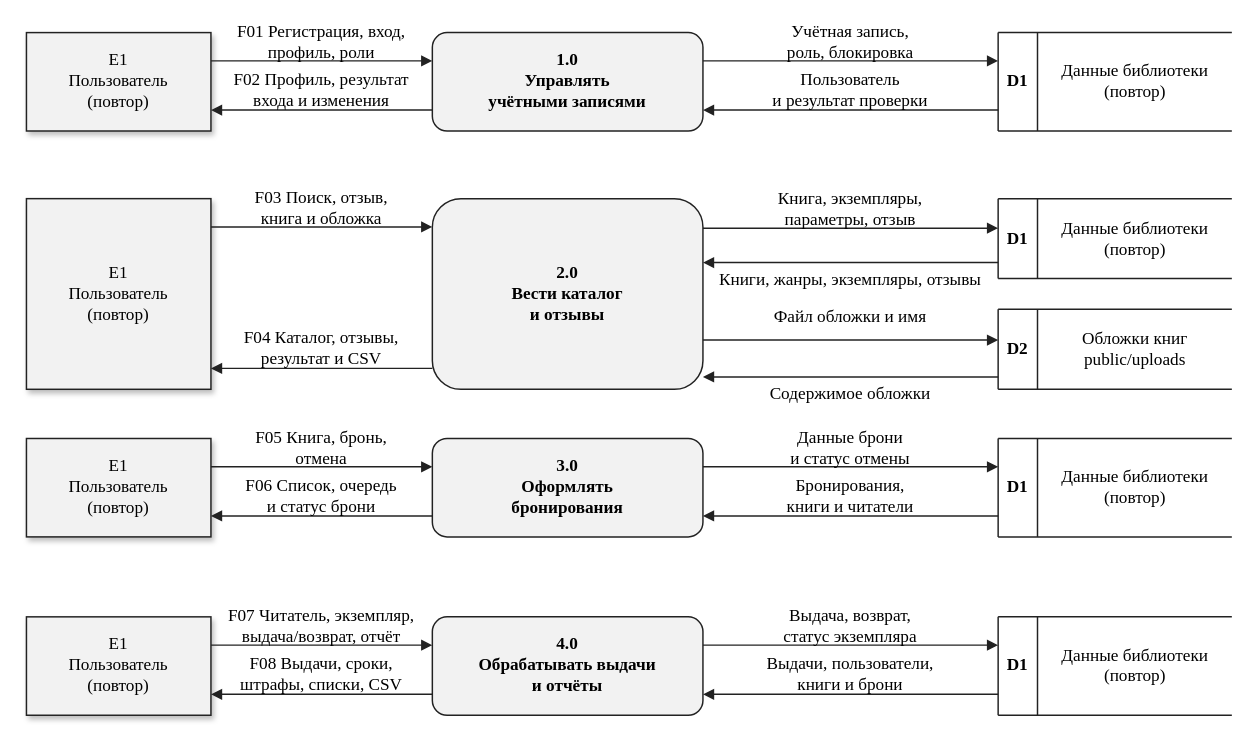
Earlier version of the draw.io diagram page "Уровень 1" (2 of 2) of practice/m02/dfd.drawio (12112007df/kait-library). Source tidied: cells renumbered, new cells numbered last; positions are measured from the earlier drawing's top-left corner, leaving out a move shared by most shapes. Both pictures are drawn from the tidied source at 123%, with x=0, y=0 at pixel (26, 23).
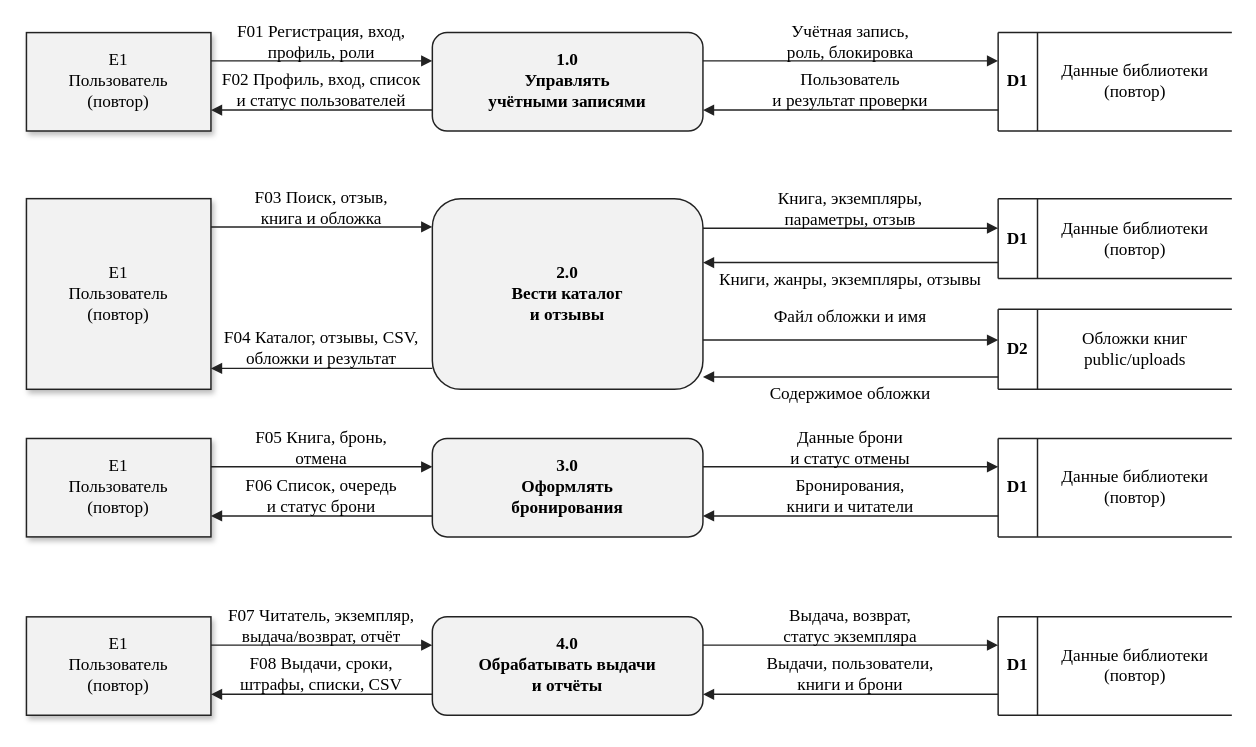
Above is the later version.

Commit message (it also covers changes not shown here):
docs(m02): complete template report and Word diagram review

Diff of the diagram source:
```diff
@@
-    <mxCell id="9" value="F02  Профиль, результат&#10;входа и изменения" style="text;html=0;whiteSpace=wrap;align=center;verticalAlign=middle;strokeColor=none;fillColor=none;fontFamily=Times New Roman;fontSize=14;" parent="1" vertex="1">
+    <mxCell id="9" value="F02  Профиль, вход, список&#10;и статус пользователей" style="text;html=0;whiteSpace=wrap;align=center;verticalAlign=middle;strokeColor=none;fillColor=none;fontFamily=Times New Roman;fontSize=14;" parent="1" vertex="1">
       <mxGeometry x="154" y="39" width="172" height="30" as="geometry" />
     </mxCell>
@@
-    <mxCell id="27" value="F04  Каталог, отзывы,&#10;результат и CSV" style="text;html=0;whiteSpace=wrap;align=center;verticalAlign=middle;strokeColor=none;fillColor=none;fontFamily=Times New Roman;fontSize=14;" parent="1" vertex="1">
+    <mxCell id="27" value="F04  Каталог, отзывы, CSV,&#10;обложки и результат" style="text;html=0;whiteSpace=wrap;align=center;verticalAlign=middle;strokeColor=none;fillColor=none;fontFamily=Times New Roman;fontSize=14;" parent="1" vertex="1">
       <mxGeometry x="154" y="249" width="172" height="30" as="geometry" />
     </mxCell>
```
